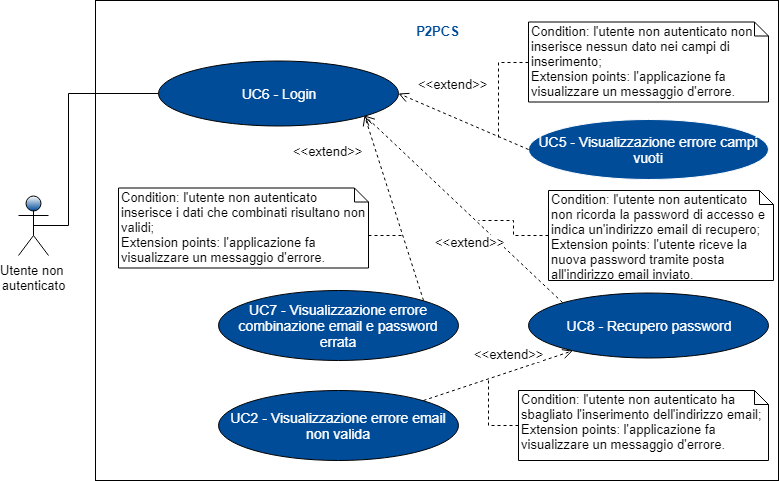
This is RQ/Esterni/Analisi_dei_requisiti/res/images/Schemagenerale2.png from ZeusCode17/P2PCS, a draw.io export, as it was before one commit. Source tidied: cells renumbered, new cells last; positions are measured from the earlier drawing's top-left corner, leaving out a move shared by most shapes. Source of this version:
```xml
<mxGraphModel>
  <root>
    <mxCell id="0" />
    <mxCell id="1" parent="0" />
    <mxCell id="2" style="rounded=0;whiteSpace=wrap;html=1;" parent="1" vertex="1">
      <mxGeometry x="77" width="683" height="480" as="geometry" />
    </mxCell>
    <mxCell id="3" style="edgeStyle=orthogonalEdgeStyle;rounded=0;jettySize=auto;html=1;endArrow=none;endFill=0;fontSize=14;fontColor=#FFFFFF;exitX=0.5;exitY=0.5;exitDx=0;exitDy=0;exitPerimeter=0;" parent="1" edge="1" source="4" target="5">
      <mxGeometry relative="1" as="geometry">
        <Array as="points">
          <mxPoint x="50" y="225" />
          <mxPoint x="50" y="93" />
        </Array>
      </mxGeometry>
    </mxCell>
    <mxCell id="4" value="Utente non &lt;br&gt;autenticato&lt;br style=&quot;font-size: 13px&quot;&gt;" style="shape=umlActor;verticalLabelPosition=bottom;labelBackgroundColor=#ffffff;verticalAlign=top;html=1;shadow=0;strokeColor=#000000;fillColor=#004C99;gradientColor=#ffffff;fontFamily=Helvetica;fontSize=13;fontColor=#000000;gradientDirection=north;" parent="1" vertex="1">
      <mxGeometry y="195" width="30" height="60" as="geometry" />
    </mxCell>
    <mxCell id="5" value="UC6 - Login&lt;br&gt;" style="ellipse;whiteSpace=wrap;html=1;fontSize=14;fontColor=#FFFFFF;fillColor=#004C99;" parent="1" vertex="1">
      <mxGeometry x="140" y="60" width="240" height="65" as="geometry" />
    </mxCell>
    <mxCell id="6" value="UC7 - Visualizzazione errore combinazione email e password errata" style="ellipse;whiteSpace=wrap;html=1;fontSize=14;fontColor=#FFFFFF;fillColor=#004C99;" parent="1" vertex="1">
      <mxGeometry x="200" y="290" width="240" height="70" as="geometry" />
    </mxCell>
    <mxCell id="7" value="UC5 - Visualizzazione errore campi vuoti&lt;br&gt;" style="ellipse;whiteSpace=wrap;html=1;strokeColor=#FFFFFF;fillColor=#004C99;fontSize=14;fontColor=#FFFFFF;" parent="1" vertex="1">
      <mxGeometry x="510" y="119" width="240" height="60" as="geometry" />
    </mxCell>
    <mxCell id="8" value="P2PCS" style="text;html=1;strokeColor=none;fillColor=none;align=center;verticalAlign=middle;whiteSpace=wrap;rounded=0;fontSize=13;fontStyle=1;fontColor=#004C99;" parent="1" vertex="1">
      <mxGeometry x="382.5" y="20" width="73" height="20" as="geometry" />
    </mxCell>
    <mxCell id="9" value="&amp;lt;&amp;lt;extend&amp;gt;&amp;gt;&lt;br&gt;" style="html=1;verticalAlign=middle;endArrow=open;dashed=1;endSize=8;fontSize=13;fontColor=#000000;entryX=1;entryY=0.5;entryDx=0;entryDy=0;exitX=0;exitY=0.5;exitDx=0;exitDy=0;labelPosition=left;verticalLabelPosition=middle;align=right;" parent="1" edge="1" source="7" target="5">
      <mxGeometry x="-0.13" y="-45" relative="1" as="geometry" />
    </mxCell>
    <mxCell id="10" value="&amp;lt;&amp;lt;extend&amp;gt;&amp;gt;" style="html=1;verticalAlign=bottom;endArrow=open;dashed=1;endSize=8;fontSize=13;fontColor=#000000;labelPosition=left;verticalLabelPosition=top;align=right;exitX=1;exitY=0;exitDx=0;exitDy=0;entryX=1;entryY=1;entryDx=0;entryDy=0;" parent="1" edge="1" source="6" target="5">
      <mxGeometry x="0.56" y="14" relative="1" as="geometry" />
    </mxCell>
    <mxCell id="11" style="edgeStyle=orthogonalEdgeStyle;rounded=0;jettySize=auto;html=1;exitX=0;exitY=0.5;exitDx=0;exitDy=0;exitPerimeter=0;fontSize=13;fontColor=#000000;dashed=1;endArrow=none;endFill=0;" parent="1" edge="1" source="12">
      <mxGeometry relative="1" as="geometry">
        <mxPoint x="480" y="140" as="targetPoint" />
      </mxGeometry>
    </mxCell>
    <mxCell id="12" value="Condition:&amp;nbsp;l'utente non autenticato non inserisce nessun dato nei campi di inserimento;&lt;br style=&quot;font-size: 13px&quot;&gt;Extension points:&amp;nbsp;l'applicazione fa visualizzare un messaggio d'errore.&lt;br style=&quot;font-size: 13px&quot;&gt;" style="shape=note;whiteSpace=wrap;html=1;size=14;verticalAlign=top;align=left;spacingTop=-6;fontSize=13;fontColor=#000000;" parent="1" vertex="1">
      <mxGeometry x="510" y="21.5" width="240" height="80" as="geometry" />
    </mxCell>
    <mxCell id="13" style="edgeStyle=orthogonalEdgeStyle;rounded=0;jettySize=auto;html=1;exitX=0;exitY=0;exitDx=250;exitDy=47;exitPerimeter=0;endArrow=none;endFill=0;dashed=1;" parent="1" edge="1" source="14">
      <mxGeometry relative="1" as="geometry">
        <mxPoint x="384" y="235" as="targetPoint" />
      </mxGeometry>
    </mxCell>
    <mxCell id="14" value="Condition: l'utente non autenticato inserisce i dati che combinati risultano non validi; &lt;br&gt;Extension points:&amp;nbsp;l'applicazione fa visualizzare un messaggio d'errore.&lt;br&gt;" style="shape=note;whiteSpace=wrap;html=1;size=14;verticalAlign=top;align=left;spacingTop=-6;fontSize=13;fontColor=#000000;" parent="1" vertex="1">
      <mxGeometry x="100" y="187.5" width="250" height="80" as="geometry" />
    </mxCell>
    <mxCell id="15" value="UC8 - Recupero password&lt;br&gt;" style="ellipse;whiteSpace=wrap;html=1;fontSize=14;fontColor=#FFFFFF;fillColor=#004C99;" parent="1" vertex="1">
      <mxGeometry x="510" y="292.5" width="240" height="65" as="geometry" />
    </mxCell>
    <mxCell id="16" value="UC2 - Visualizzazione errore email non valida" style="ellipse;whiteSpace=wrap;html=1;fontSize=14;fontColor=#FFFFFF;fillColor=#004C99;" parent="1" vertex="1">
      <mxGeometry x="200" y="390" width="240" height="70" as="geometry" />
    </mxCell>
    <mxCell id="17" value="&amp;lt;&amp;lt;extend&amp;gt;&amp;gt;" style="html=1;verticalAlign=top;endArrow=open;dashed=1;endSize=8;fontSize=13;fontColor=#000000;labelPosition=center;verticalLabelPosition=bottom;align=center;exitX=1;exitY=0;exitDx=0;exitDy=0;" parent="1" edge="1" source="16" target="15">
      <mxGeometry x="0.27" y="30" relative="1" as="geometry" />
    </mxCell>
    <mxCell id="18" style="edgeStyle=orthogonalEdgeStyle;rounded=0;jettySize=auto;html=1;exitX=0;exitY=0.5;exitDx=0;exitDy=0;exitPerimeter=0;dashed=1;endArrow=none;endFill=0;" parent="1" edge="1" source="19">
      <mxGeometry relative="1" as="geometry">
        <mxPoint x="470" y="380" as="targetPoint" />
      </mxGeometry>
    </mxCell>
    <mxCell id="19" value="Condition: l'utente non autenticato ha sbagliato l'inserimento dell'indirizzo email; &lt;br&gt;Extension points:&amp;nbsp;l'applicazione fa visualizzare un messaggio d'errore.&lt;br&gt;" style="shape=note;whiteSpace=wrap;html=1;size=14;verticalAlign=top;align=left;spacingTop=-6;fontSize=13;fontColor=#000000;" parent="1" vertex="1">
      <mxGeometry x="500" y="390" width="250" height="70" as="geometry" />
    </mxCell>
    <mxCell id="20" value="&amp;lt;&amp;lt;extend&amp;gt;&amp;gt;" style="html=1;verticalAlign=bottom;endArrow=open;dashed=1;endSize=8;exitX=0;exitY=0;exitDx=0;exitDy=0;fontSize=13;entryX=1;entryY=1;entryDx=0;entryDy=0;" parent="1" edge="1" source="15" target="5">
      <mxGeometry x="-0.24" y="26" relative="1" as="geometry">
        <mxPoint y="1" as="offset" />
      </mxGeometry>
    </mxCell>
    <mxCell id="21" style="edgeStyle=orthogonalEdgeStyle;rounded=0;jettySize=auto;html=1;exitX=0;exitY=0.5;exitDx=0;exitDy=0;exitPerimeter=0;dashed=1;endArrow=none;endFill=0;fontSize=13;" parent="1" edge="1" source="22">
      <mxGeometry relative="1" as="geometry">
        <mxPoint x="460" y="220" as="targetPoint" />
      </mxGeometry>
    </mxCell>
    <mxCell id="22" value="Condition: l'utente non autenticato non ricorda la password di accesso e indica un'indirizzo email di recupero; &lt;br&gt;Extension points:&amp;nbsp;l'utente riceve la nuova password tramite posta all'indirizzo email inviato.&lt;br&gt;" style="shape=note;whiteSpace=wrap;html=1;size=14;verticalAlign=top;align=left;spacingTop=-6;fontSize=13;fontColor=#000000;" parent="1" vertex="1">
      <mxGeometry x="530" y="190" width="225" height="90" as="geometry" />
    </mxCell>
  </root>
</mxGraphModel>
```
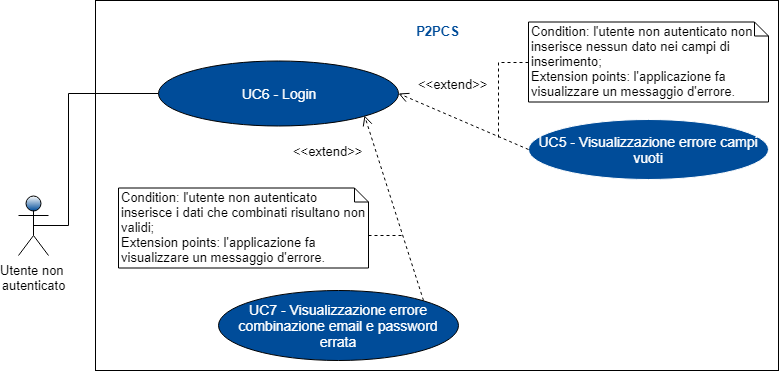
After the change.

Diff of the diagram source:
```diff
@@ -3,7 +3,7 @@
     <mxCell id="0" />
     <mxCell id="1" parent="0" />
     <mxCell id="2" style="rounded=0;whiteSpace=wrap;html=1;" parent="1" vertex="1">
-      <mxGeometry x="77" width="683" height="480" as="geometry" />
+      <mxGeometry x="77" width="683" height="370" as="geometry" />
     </mxCell>
     <mxCell id="3" style="edgeStyle=orthogonalEdgeStyle;rounded=0;jettySize=auto;html=1;endArrow=none;endFill=0;fontSize=14;fontColor=#FFFFFF;exitX=0.5;exitY=0.5;exitDx=0;exitDy=0;exitPerimeter=0;" parent="1" edge="1" source="4" target="5">
       <mxGeometry relative="1" as="geometry">
@@ -50,35 +50,5 @@
     <mxCell id="14" value="Condition: l'utente non autenticato inserisce i dati che combinati risultano non validi; &lt;br&gt;Extension points:&amp;nbsp;l'applicazione fa visualizzare un messaggio d'errore.&lt;br&gt;" style="shape=note;whiteSpace=wrap;html=1;size=14;verticalAlign=top;align=left;spacingTop=-6;fontSize=13;fontColor=#000000;" parent="1" vertex="1">
       <mxGeometry x="100" y="187.5" width="250" height="80" as="geometry" />
     </mxCell>
-    <mxCell id="15" value="UC8 - Recupero password&lt;br&gt;" style="ellipse;whiteSpace=wrap;html=1;fontSize=14;fontColor=#FFFFFF;fillColor=#004C99;" parent="1" vertex="1">
-      <mxGeometry x="510" y="292.5" width="240" height="65" as="geometry" />
-    </mxCell>
-    <mxCell id="16" value="UC2 - Visualizzazione errore email non valida" style="ellipse;whiteSpace=wrap;html=1;fontSize=14;fontColor=#FFFFFF;fillColor=#004C99;" parent="1" vertex="1">
-      <mxGeometry x="200" y="390" width="240" height="70" as="geometry" />
-    </mxCell>
-    <mxCell id="17" value="&amp;lt;&amp;lt;extend&amp;gt;&amp;gt;" style="html=1;verticalAlign=top;endArrow=open;dashed=1;endSize=8;fontSize=13;fontColor=#000000;labelPosition=center;verticalLabelPosition=bottom;align=center;exitX=1;exitY=0;exitDx=0;exitDy=0;" parent="1" edge="1" source="16" target="15">
-      <mxGeometry x="0.27" y="30" relative="1" as="geometry" />
-    </mxCell>
-    <mxCell id="18" style="edgeStyle=orthogonalEdgeStyle;rounded=0;jettySize=auto;html=1;exitX=0;exitY=0.5;exitDx=0;exitDy=0;exitPerimeter=0;dashed=1;endArrow=none;endFill=0;" parent="1" edge="1" source="19">
-      <mxGeometry relative="1" as="geometry">
-        <mxPoint x="470" y="380" as="targetPoint" />
-      </mxGeometry>
-    </mxCell>
-    <mxCell id="19" value="Condition: l'utente non autenticato ha sbagliato l'inserimento dell'indirizzo email; &lt;br&gt;Extension points:&amp;nbsp;l'applicazione fa visualizzare un messaggio d'errore.&lt;br&gt;" style="shape=note;whiteSpace=wrap;html=1;size=14;verticalAlign=top;align=left;spacingTop=-6;fontSize=13;fontColor=#000000;" parent="1" vertex="1">
-      <mxGeometry x="500" y="390" width="250" height="70" as="geometry" />
-    </mxCell>
-    <mxCell id="20" value="&amp;lt;&amp;lt;extend&amp;gt;&amp;gt;" style="html=1;verticalAlign=bottom;endArrow=open;dashed=1;endSize=8;exitX=0;exitY=0;exitDx=0;exitDy=0;fontSize=13;entryX=1;entryY=1;entryDx=0;entryDy=0;" parent="1" edge="1" source="15" target="5">
-      <mxGeometry x="-0.24" y="26" relative="1" as="geometry">
-        <mxPoint y="1" as="offset" />
-      </mxGeometry>
-    </mxCell>
-    <mxCell id="21" style="edgeStyle=orthogonalEdgeStyle;rounded=0;jettySize=auto;html=1;exitX=0;exitY=0.5;exitDx=0;exitDy=0;exitPerimeter=0;dashed=1;endArrow=none;endFill=0;fontSize=13;" parent="1" edge="1" source="22">
-      <mxGeometry relative="1" as="geometry">
-        <mxPoint x="460" y="220" as="targetPoint" />
-      </mxGeometry>
-    </mxCell>
-    <mxCell id="22" value="Condition: l'utente non autenticato non ricorda la password di accesso e indica un'indirizzo email di recupero; &lt;br&gt;Extension points:&amp;nbsp;l'utente riceve la nuova password tramite posta all'indirizzo email inviato.&lt;br&gt;" style="shape=note;whiteSpace=wrap;html=1;size=14;verticalAlign=top;align=left;spacingTop=-6;fontSize=13;fontColor=#000000;" parent="1" vertex="1">
-      <mxGeometry x="530" y="190" width="225" height="90" as="geometry" />
-    </mxCell>
   </root>
 </mxGraphModel>
```
